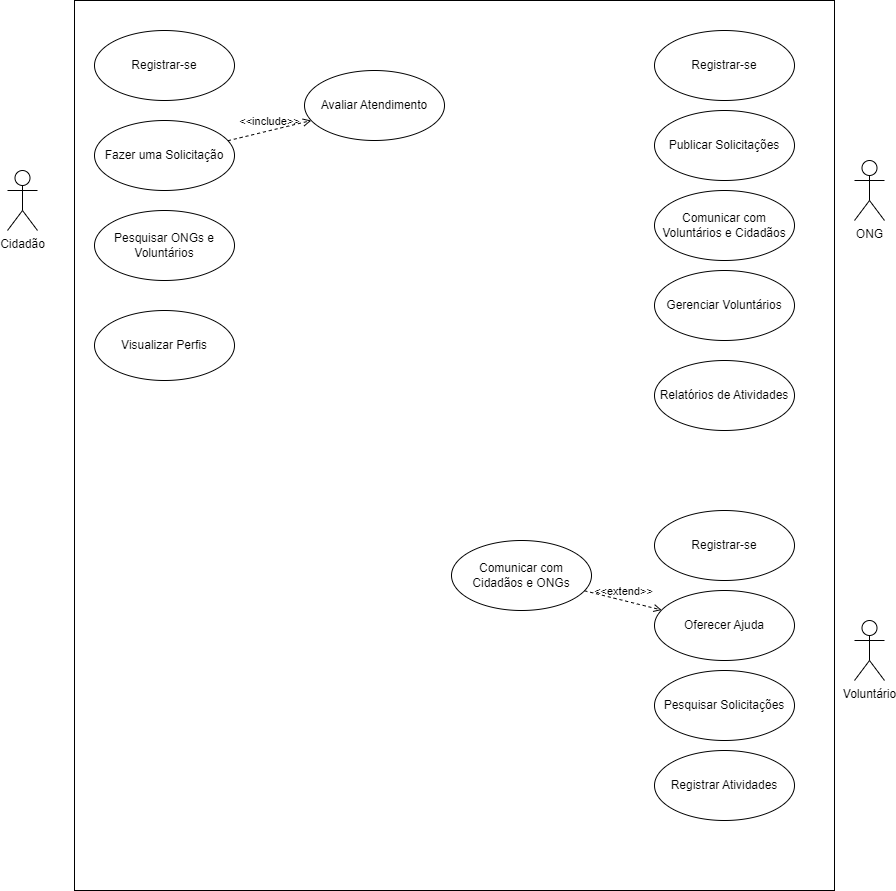
erikhsu08/projetosoftware keeps this draw.io diagram as Diagrama 1.drawio.png. Above is the earlier version. Source tidied: cells renumbered, new cells last; positions are measured from the earlier drawing's top-left corner, leaving out a move shared by most shapes.
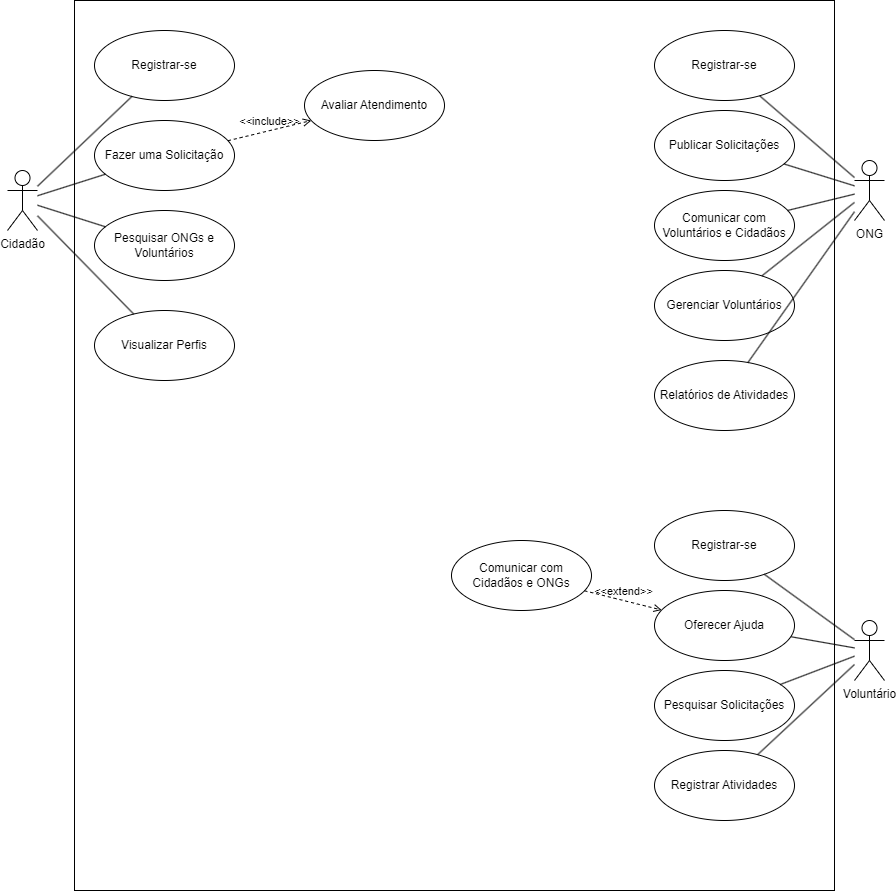
After the commit.

Diff of the diagram source:
```diff
@@ -65,5 +65,44 @@
     <mxCell id="22" value="&amp;lt;&amp;lt;extend&amp;gt;&amp;gt;" style="html=1;verticalAlign=bottom;labelBackgroundColor=none;endArrow=open;endFill=0;dashed=1;rounded=0;" parent="1" edge="1" source="15" target="14">
       <mxGeometry relative="1" as="geometry" />
     </mxCell>
+    <mxCell id="23" style="endArrow=none;html=1;rounded=0;" parent="1" edge="1" source="3" target="6">
+      <mxGeometry relative="1" as="geometry" />
+    </mxCell>
+    <mxCell id="24" style="endArrow=none;html=1;rounded=0;" parent="1" edge="1" source="3" target="9">
+      <mxGeometry relative="1" as="geometry" />
+    </mxCell>
+    <mxCell id="25" style="endArrow=none;html=1;rounded=0;" parent="1" edge="1" source="3" target="10">
+      <mxGeometry relative="1" as="geometry" />
+    </mxCell>
+    <mxCell id="26" style="endArrow=none;html=1;rounded=0;" parent="1" edge="1" source="3" target="11">
+      <mxGeometry relative="1" as="geometry" />
+    </mxCell>
+    <mxCell id="27" style="endArrow=none;html=1;rounded=0;" parent="1" edge="1" source="8" target="5">
+      <mxGeometry relative="1" as="geometry" />
+    </mxCell>
+    <mxCell id="28" style="endArrow=none;html=1;rounded=0;" parent="1" edge="1" source="5" target="17">
+      <mxGeometry relative="1" as="geometry" />
+    </mxCell>
+    <mxCell id="29" style="endArrow=none;html=1;rounded=0;" parent="1" edge="1" source="19" target="5">
+      <mxGeometry relative="1" as="geometry" />
+    </mxCell>
+    <mxCell id="30" style="endArrow=none;html=1;rounded=0;" parent="1" edge="1" source="18" target="5">
+      <mxGeometry relative="1" as="geometry" />
+    </mxCell>
+    <mxCell id="31" style="endArrow=none;html=1;rounded=0;" parent="1" edge="1" source="20" target="5">
+      <mxGeometry relative="1" as="geometry" />
+    </mxCell>
+    <mxCell id="32" style="endArrow=none;html=1;rounded=0;" parent="1" edge="1" source="7" target="4">
+      <mxGeometry relative="1" as="geometry" />
+    </mxCell>
+    <mxCell id="33" style="endArrow=none;html=1;rounded=0;" parent="1" edge="1" source="14" target="4">
+      <mxGeometry relative="1" as="geometry" />
+    </mxCell>
+    <mxCell id="34" style="endArrow=none;html=1;rounded=0;" parent="1" edge="1" source="13" target="4">
+      <mxGeometry relative="1" as="geometry" />
+    </mxCell>
+    <mxCell id="35" style="endArrow=none;html=1;rounded=0;" parent="1" edge="1" source="16" target="4">
+      <mxGeometry relative="1" as="geometry" />
+    </mxCell>
   </root>
 </mxGraphModel>
```
